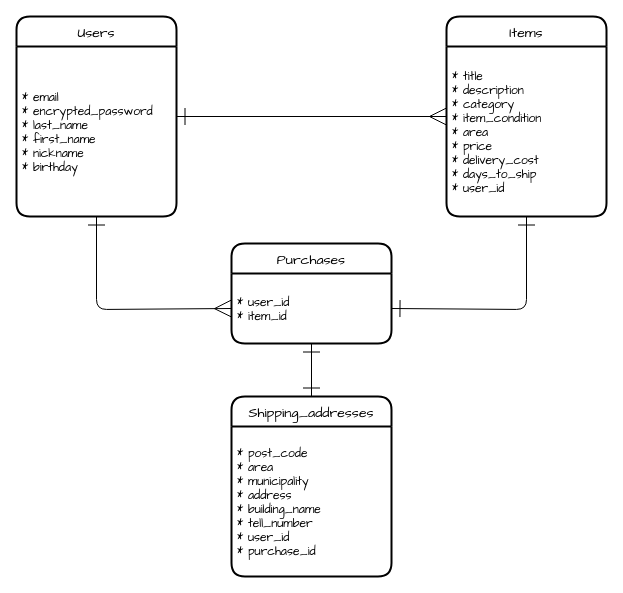
Before: er.dio in h-ucchi/furima-37078, a draw.io diagram. Source tidied: cells renumbered, new cells numbered last; positions are measured from the earlier drawing's top-left corner, leaving out a move shared by most shapes. Both pictures are drawn from the tidied source at 100%, with x=0, y=0 at pixel (16, 16).
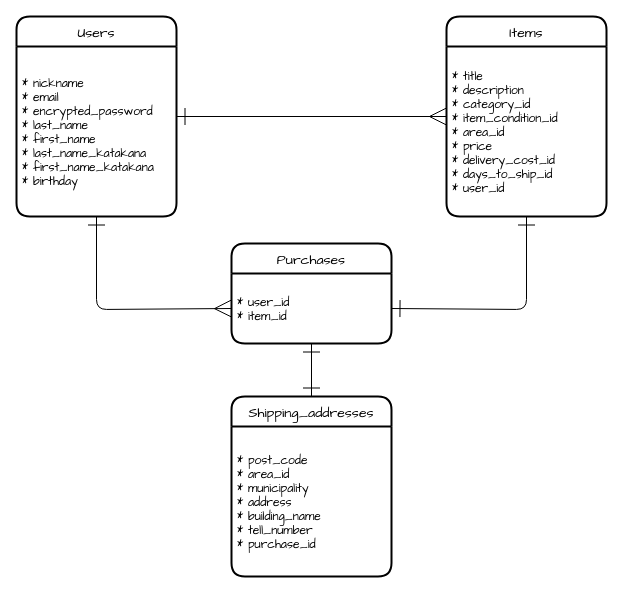
The same diagram, later.

What changed in the source:
```diff
@@
 <mxGraphModel>
   <root>
     <mxCell id="0" />
     <mxCell id="1" parent="0" />
     <mxCell id="2" style="edgeStyle=none;html=1;entryX=0;entryY=0.5;entryDx=0;entryDy=0;fontFamily=Comic Sans MS;horizontal=1;endArrow=ERmany;endFill=0;strokeWidth=1;startArrow=ERone;startFill=0;startSize=15;endSize=15;" parent="1" edge="1" source="3" target="5">
       <mxGeometry relative="1" as="geometry" />
     </mxCell>
     <mxCell id="3" value="Users" style="swimlane;horizontal=1;startSize=30;rounded=1;fontSize=14;fontStyle=0;strokeWidth=2;shadow=0;dashed=0;align=center;fontFamily=Comic Sans MS;" parent="1" vertex="1">
       <mxGeometry width="160" height="200" as="geometry" />
     </mxCell>
-    <mxCell id="4" value="* email&#10;* encrypted_password&#10;* last_name&#10;* first_name&#10;* nickname&#10;* birthday" style="align=left;strokeColor=none;fillColor=none;spacingLeft=4;fontSize=12;verticalAlign=middle;fontFamily=Comic Sans MS;rounded=0;glass=0;horizontal=1;" parent="3" vertex="1">
+    <mxCell id="4" value="* nickname&#10;* email&#10;* encrypted_password&#10;* last_name&#10;* first_name&#10;* last_name_katakana&#10;* first_name_katakana&#10;* birthday" style="align=left;strokeColor=none;fillColor=none;spacingLeft=4;fontSize=12;verticalAlign=middle;fontFamily=Comic Sans MS;rounded=0;glass=0;horizontal=1;" parent="3" vertex="1">
       <mxGeometry y="30" width="160" height="170" as="geometry" />
     </mxCell>
     <mxCell id="5" value="Items" style="swimlane;horizontal=1;startSize=30;rounded=1;fontSize=14;fontStyle=0;strokeWidth=2;shadow=0;dashed=0;align=center;fontFamily=Comic Sans MS;" parent="1" vertex="1">
       <mxGeometry x="430" width="160" height="200" as="geometry" />
     </mxCell>
-    <mxCell id="6" value="* title&#10;* description&#10;* category&#10;* item_condition&#10;* area&#10;* price&#10;* delivery_cost&#10;* days_to_ship&#10;* user_id" style="align=left;strokeColor=none;fillColor=none;spacingLeft=4;fontSize=12;verticalAlign=middle;fontFamily=Comic Sans MS;rounded=0;glass=0;horizontal=1;" parent="5" vertex="1">
+    <mxCell id="6" value="* title&#10;* description&#10;* category_id&#10;* item_condition_id&#10;* area_id&#10;* price&#10;* delivery_cost_id&#10;* days_to_ship_id&#10;* user_id" style="align=left;strokeColor=none;fillColor=none;spacingLeft=4;fontSize=12;verticalAlign=middle;fontFamily=Comic Sans MS;rounded=0;glass=0;horizontal=1;" parent="5" vertex="1">
       <mxGeometry y="30" width="160" height="170" as="geometry" />
     </mxCell>
     <mxCell id="7" value="Shipping_addresses" style="swimlane;horizontal=1;startSize=30;rounded=1;fontSize=14;fontStyle=0;strokeWidth=2;shadow=0;dashed=0;align=center;fontFamily=Comic Sans MS;" parent="1" vertex="1">
       <mxGeometry x="215" y="380" width="160" height="180" as="geometry" />
     </mxCell>
-    <mxCell id="8" value="* post_code&#10;* area&#10;* municipality&#10;* address&#10;* building_name&#10;* tell_number&#10;* user_id&#10;* purchase_id" style="align=left;strokeColor=none;fillColor=none;spacingLeft=4;fontSize=12;verticalAlign=middle;fontFamily=Comic Sans MS;rounded=0;glass=0;horizontal=1;" parent="7" vertex="1">
+    <mxCell id="8" value="* post_code&#10;* area_id&#10;* municipality&#10;* address&#10;* building_name&#10;* tell_number&#10;* purchase_id" style="align=left;strokeColor=none;fillColor=none;spacingLeft=4;fontSize=12;verticalAlign=middle;fontFamily=Comic Sans MS;rounded=0;glass=0;horizontal=1;" parent="7" vertex="1">
       <mxGeometry y="30" width="160" height="150" as="geometry" />
     </mxCell>
     <mxCell id="9" style="edgeStyle=none;html=1;exitX=0.5;exitY=1;exitDx=0;exitDy=0;entryX=0;entryY=0.5;entryDx=0;entryDy=0;fontFamily=Comic Sans MS;startArrow=ERone;startFill=0;endArrow=ERmany;endFill=0;startSize=15;endSize=15;strokeWidth=1;" parent="1" edge="1" source="4" target="12">
       <mxGeometry relative="1" as="geometry">
         <Array as="points">
           <mxPoint x="80" y="293" />
         </Array>
       </mxGeometry>
     </mxCell>
     <mxCell id="10" style="edgeStyle=none;html=1;exitX=1;exitY=0.5;exitDx=0;exitDy=0;entryX=0.5;entryY=1;entryDx=0;entryDy=0;fontFamily=Comic Sans MS;startArrow=ERone;startFill=0;endArrow=ERone;endFill=0;startSize=15;endSize=15;strokeWidth=1;" parent="1" edge="1" source="12" target="6">
       <mxGeometry relative="1" as="geometry">
         <Array as="points">
           <mxPoint x="510" y="293" />
         </Array>
       </mxGeometry>
     </mxCell>
     <mxCell id="11" value="Purchases" style="swimlane;horizontal=1;startSize=30;rounded=1;fontSize=14;fontStyle=0;strokeWidth=2;shadow=0;dashed=0;align=center;fontFamily=Comic Sans MS;" parent="1" vertex="1">
       <mxGeometry x="215" y="227" width="160" height="100" as="geometry" />
     </mxCell>
     <mxCell id="12" value="* user_id&#10;* item_id" style="align=left;strokeColor=none;fillColor=none;spacingLeft=4;fontSize=12;verticalAlign=middle;fontFamily=Comic Sans MS;rounded=0;glass=0;horizontal=1;" parent="11" vertex="1">
       <mxGeometry y="30" width="160" height="70" as="geometry" />
     </mxCell>
     <mxCell id="13" style="edgeStyle=none;html=1;fontFamily=Comic Sans MS;startArrow=ERone;startFill=0;endArrow=ERone;endFill=0;startSize=15;endSize=15;strokeWidth=1;jumpStyle=arc;entryX=0.5;entryY=0;entryDx=0;entryDy=0;exitX=0.5;exitY=1;exitDx=0;exitDy=0;" parent="1" edge="1" source="12" target="7">
       <mxGeometry relative="1" as="geometry" />
     </mxCell>
   </root>
 </mxGraphModel>
```
